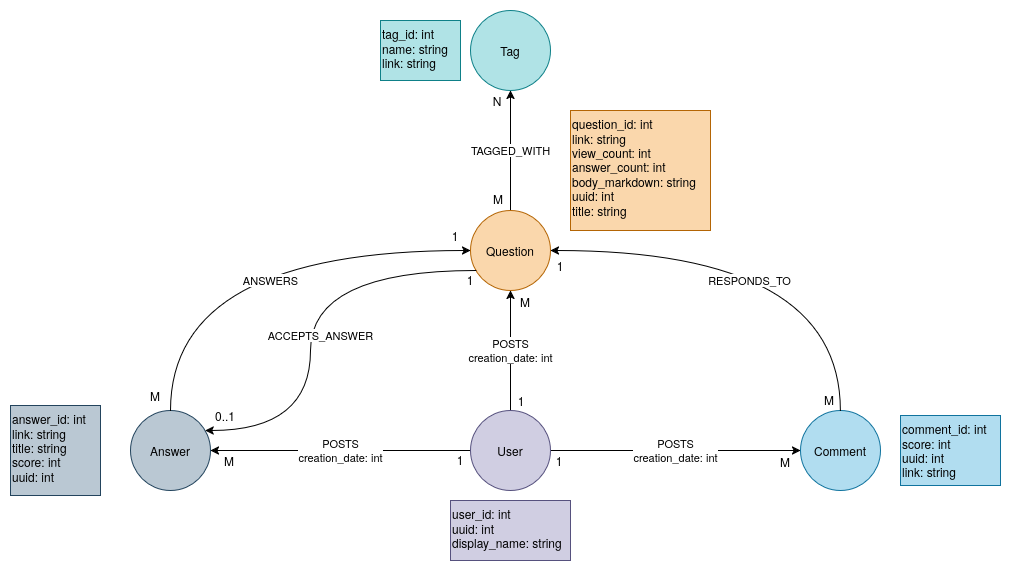
Earlier version of the draw.io export report/StackOverflow_Graph_Model.png (sharie-rhea/cs-590). Source tidied: cells renumbered, new cells last; positions are measured from the earlier drawing's top-left corner, leaving out a move shared by most shapes.
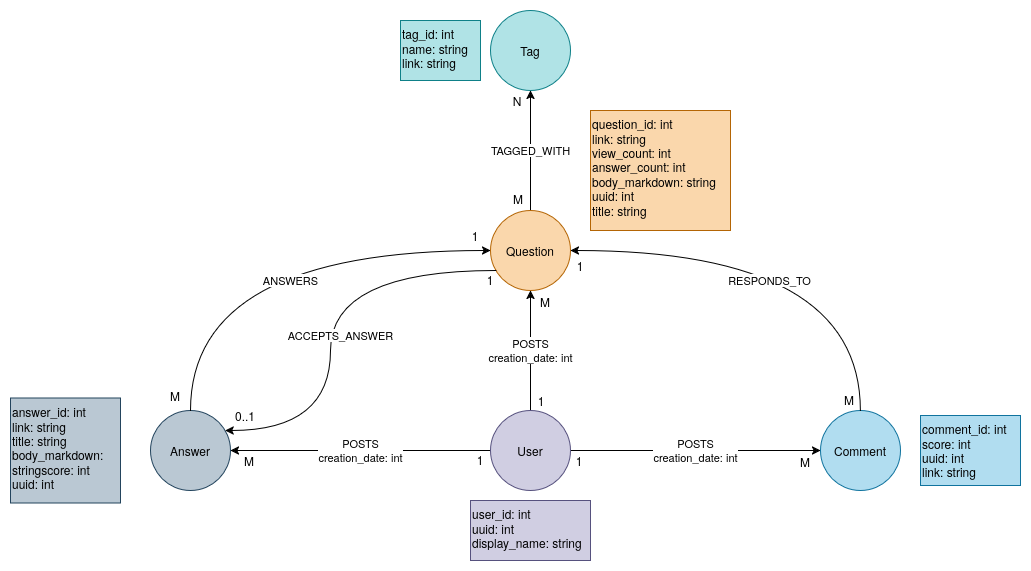
The same file after the commit.

What changed in the source:
```diff
@@ -47,8 +47,8 @@
         <mxPoint x="-1" as="offset" />
       </mxGeometry>
     </mxCell>
-    <mxCell id="14" value="answer_id: int&#10;link: string&#10;title: string&#10;score: int&#10;uuid: int" style="text;whiteSpace=wrap;fillColor=#bac8d3;strokeColor=#23445d;" parent="1" vertex="1">
-      <mxGeometry y="395" width="90" height="90" as="geometry" />
+    <mxCell id="14" value="answer_id: int&#10;link: string&#10;title: string&#10;body_markdown: stringscore: int&#10;uuid: int" style="text;whiteSpace=wrap;fillColor=#bac8d3;strokeColor=#23445d;" parent="1" vertex="1">
+      <mxGeometry x="-20" y="387.5" width="110" height="105" as="geometry" />
     </mxCell>
     <mxCell id="15" value="comment_id: int&#10;score: int&#10;uuid: int&#10;link: string" style="text;whiteSpace=wrap;fillColor=#b1ddf0;strokeColor=#10739e;" parent="1" vertex="1">
       <mxGeometry x="890" y="405" width="100" height="70" as="geometry" />
```
